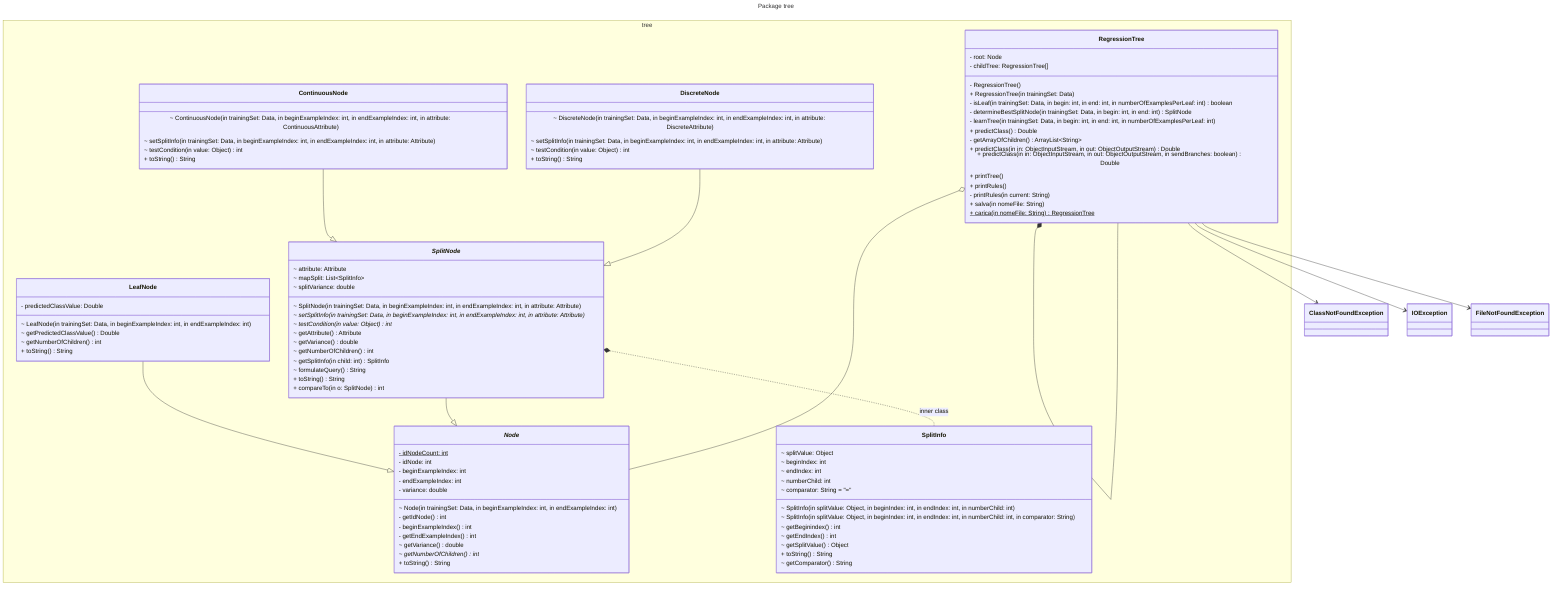
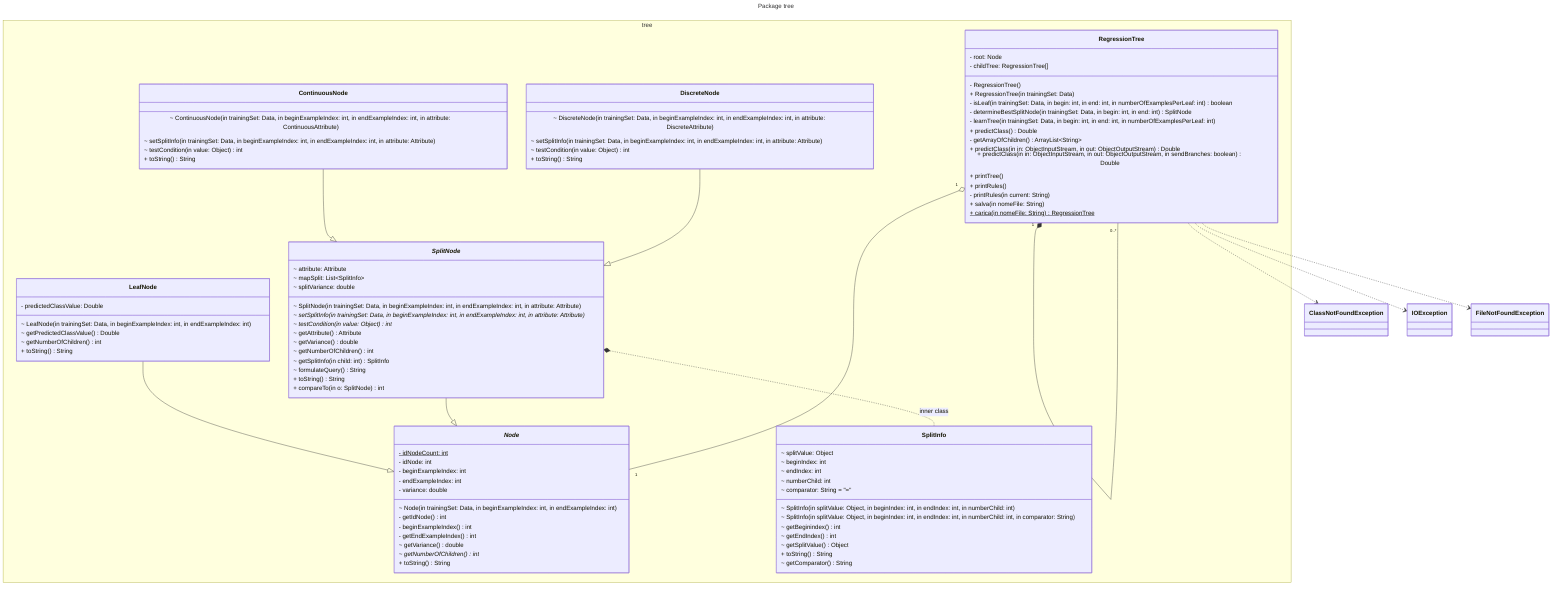
---
title: Package tree
---
classDiagram
namespace tree {
  class Node
  class SplitNode
  class SplitInfo
  class DiscreteNode
  class ContinuousNode
  class LeafNode
  class RegressionTree
}

class Node["<i>Node</i>"] {
  - idNodeCount: int $
  - idNode: int
  - beginExampleIndex: int
  - endExampleIndex: int
  - variance: double
  ~ Node(in trainingSet: Data, in beginExampleIndex: int, in endExampleIndex: int)
  - getIdNode() int
  - beginExampleIndex() int
  - getEndExampleIndex() int
  ~ getVariance() double
  ~ getNumberOfChildren()* int
  + toString() String
}

class LeafNode {
  - predictedClassValue: Double
  ~ LeafNode(in trainingSet: Data, in beginExampleIndex: int, in endExampleIndex: int)
  ~ getPredictedClassValue() Double
  ~ getNumberOfChildren() int
  + toString() String
}

class DiscreteNode {
  ~ DiscreteNode(in trainingSet: Data, in beginExampleIndex: int, in endExampleIndex: int, in attribute: DiscreteAttribute)
  ~ setSplitInfo(in trainingSet: Data, in beginExampleIndex: int, in endExampleIndex: int, in attribute: Attribute)
  ~ testCondition(in value: Object) int
  + toString() String
}

class SplitNode["<i>SplitNode</i>"] {
  ~ attribute: Attribute
  ~ mapSplit: List~SplitInfo~
  ~ splitVariance: double
  ~ SplitNode(in trainingSet: Data, in beginExampleIndex: int, in endExampleIndex: int, in attribute: Attribute)
  ~ setSplitInfo(in trainingSet: Data, in beginExampleIndex: int, in endExampleIndex: int, in attribute: Attribute)*
  ~ testCondition(in value: Object)* int
  ~ getAttribute() Attribute
  ~ getVariance() double
  ~ getNumberOfChildren() int
  ~ getSplitInfo(in child: int) SplitInfo
  ~ formulateQuery() String
  + toString() String
  + compareTo(in o: SplitNode) int
}

class SplitInfo {
  ~ splitValue: Object
  ~ beginIndex: int
  ~ endIndex: int
  ~ numberChild: int
  ~ comparator: String = "="
  ~ SplitInfo(in splitValue: Object, in beginIndex: int, in endIndex: int, in numberChild: int)
  ~ SplitInfo(in splitValue: Object, in beginIndex: int, in endIndex: int, in numberChild: int, in comparator: String)
  ~ getBeginindex() int
  ~ getEndIndex() int
  ~ getSplitValue() Object
  + toString() String
  ~ getComparator() String
}

class ContinuousNode {
  ~ ContinuousNode(in trainingSet: Data, in beginExampleIndex: int, in endExampleIndex: int, in attribute: ContinuousAttribute)
  ~ setSplitInfo(in trainingSet: Data, in beginExampleIndex: int, in endExampleIndex: int, in attribute: Attribute)
  ~ testCondition(in value: Object) int
  + toString() String
}

class RegressionTree {
  - root: Node
  - childTree: RegressionTree[]
  - RegressionTree()
  + RegressionTree(in trainingSet: Data)
  - isLeaf(in trainingSet: Data, in begin: int, in end: int, in numberOfExamplesPerLeaf: int) boolean
  - determineBestSplitNode(in trainingSet: Data, in begin: int, in end: int) SplitNode
  - learnTree(in trainingSet: Data, in begin: int, in end: int, in numberOfExamplesPerLeaf: int)
  + predictClass() Double
  - getArrayOfChildren() ArrayList~String~
  + predictClass(in in: ObjectInputStream, in out: ObjectOutputStream) Double
  + predictClass(in in: ObjectInputStream, in out: ObjectOutputStream, in sendBranches: boolean) Double
  + printTree()
  + printRules()
  - printRules(in current: String)
  + salva(in nomeFile: String)
  + carica(in nomeFile: String) RegressionTree$
}

LeafNode --|> Node
SplitNode --|> Node
ContinuousNode --|> SplitNode
DiscreteNode --|> SplitNode

SplitNode *.. SplitInfo : inner class

- RegressionTree o-- Node
- RegressionTree *-- RegressionTree
- RegressionTree --> ClassNotFoundException
- RegressionTree --> IOException
- RegressionTree --> FileNotFoundException
+ RegressionTree "1" o-- "1" Node
+ RegressionTree "1" *-- "0..*" RegressionTree
+ RegressionTree ..> ClassNotFoundException
+ RegressionTree ..> IOException
+ RegressionTree ..> FileNotFoundException
